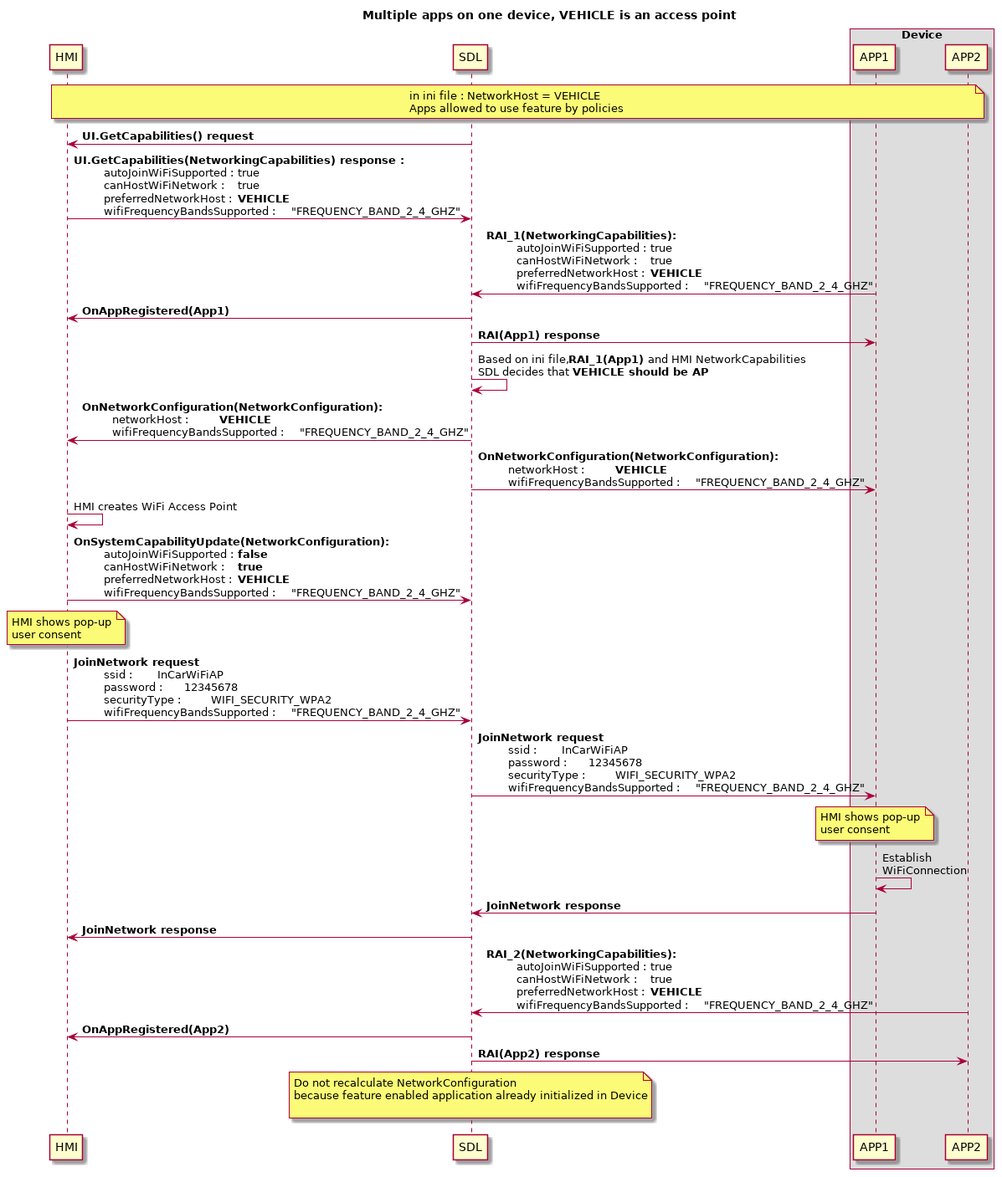
Above: assets/proposals/0245-sharing-wifi-ssid-and-password/vehicle_access_point_multiapps.png in smartdevicelink/sdl_evolution (PlantUML), before the change.
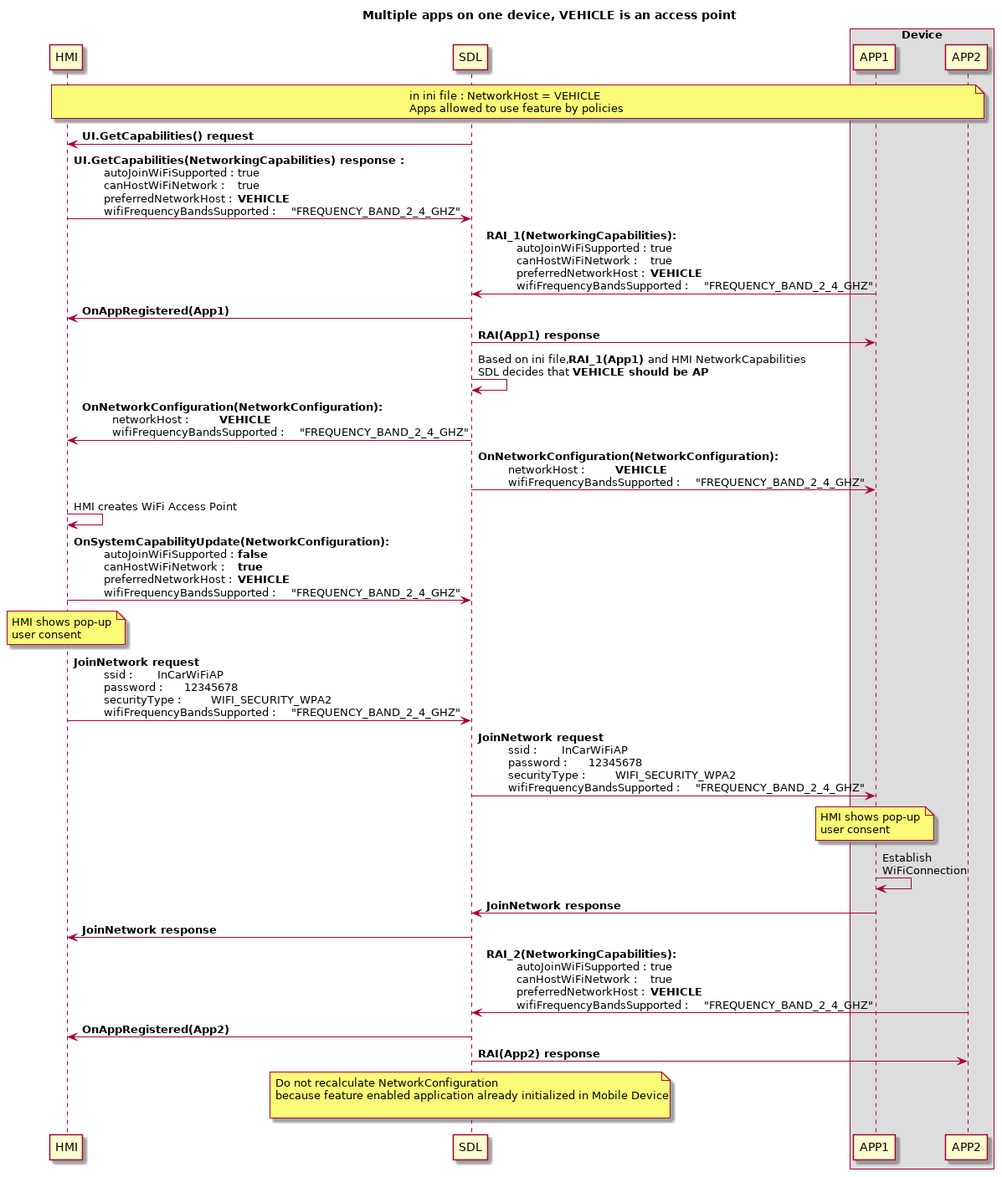
After the change.

Diff of the diagram source:
```diff
@@ -51,5 +51,5 @@
 SDL -> HMI : <b>OnAppRegistered(App2)
 SDL -> APP2 : <b>RAI(App2) response
 
-note over SDL : Do not recalculate NetworkConfiguration \nbecause feature enabled application already initialized in Device \n
+note over SDL : Do not recalculate NetworkConfiguration \nbecause feature enabled application already initialized in Mobile Device \n
 @enduml
```
